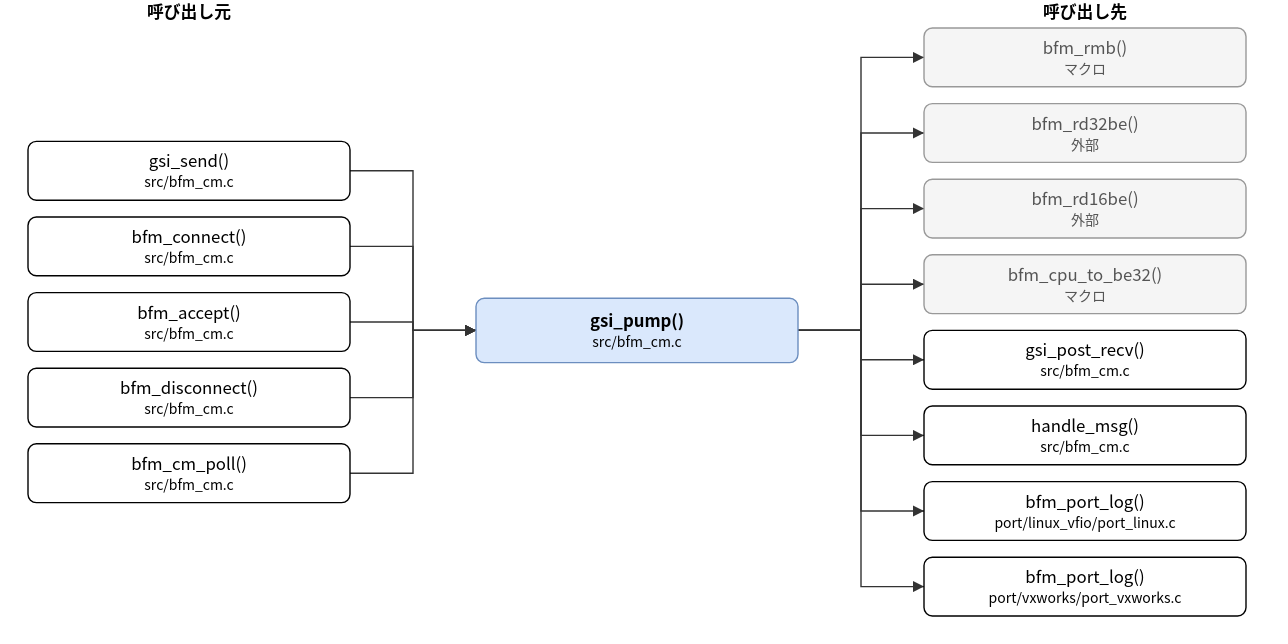
The draw.io diagram doc/spec/images/call_src_bfm_cm-gsi_pump.drawio.svg in hf355051012-ai/bfmem, before a commit. Source tidied: cells renumbered, new cells last; positions are measured from the earlier drawing's top-left corner, leaving out a move shared by most shapes.
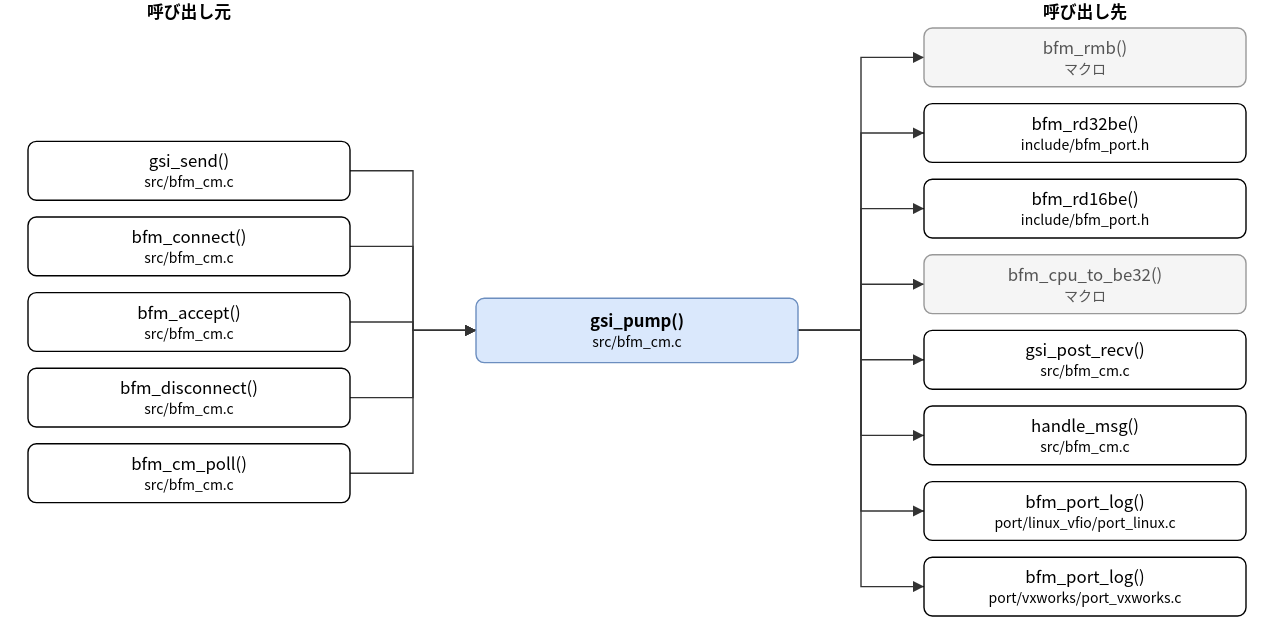
After the change.

The edit, as a diff of the source:
```diff
@@ -23,10 +23,10 @@
     <mxCell id="8" value="bfm_rmb()&lt;br&gt;&lt;font style=&quot;font-size:10px&quot;&gt;マクロ&lt;/font&gt;" style="rounded=1;whiteSpace=wrap;html=1;fillColor=#f5f5f5;strokeColor=#999999;fontColor=#555555;" parent="1" vertex="1">
       <mxGeometry x="640" y="20" width="230" height="42" as="geometry" />
     </mxCell>
-    <mxCell id="9" value="bfm_rd32be()&lt;br&gt;&lt;font style=&quot;font-size:10px&quot;&gt;外部&lt;/font&gt;" style="rounded=1;whiteSpace=wrap;html=1;fillColor=#f5f5f5;strokeColor=#999999;fontColor=#555555;" parent="1" vertex="1">
+    <mxCell id="9" value="bfm_rd32be()&lt;br&gt;&lt;font style=&quot;font-size:10px&quot;&gt;include/bfm_port.h&lt;/font&gt;" style="rounded=1;whiteSpace=wrap;html=1;" parent="1" vertex="1">
       <mxGeometry x="640" y="74" width="230" height="42" as="geometry" />
     </mxCell>
-    <mxCell id="10" value="bfm_rd16be()&lt;br&gt;&lt;font style=&quot;font-size:10px&quot;&gt;外部&lt;/font&gt;" style="rounded=1;whiteSpace=wrap;html=1;fillColor=#f5f5f5;strokeColor=#999999;fontColor=#555555;" parent="1" vertex="1">
+    <mxCell id="10" value="bfm_rd16be()&lt;br&gt;&lt;font style=&quot;font-size:10px&quot;&gt;include/bfm_port.h&lt;/font&gt;" style="rounded=1;whiteSpace=wrap;html=1;" parent="1" vertex="1">
       <mxGeometry x="640" y="128" width="230" height="42" as="geometry" />
     </mxCell>
     <mxCell id="11" value="bfm_cpu_to_be32()&lt;br&gt;&lt;font style=&quot;font-size:10px&quot;&gt;マクロ&lt;/font&gt;" style="rounded=1;whiteSpace=wrap;html=1;fillColor=#f5f5f5;strokeColor=#999999;fontColor=#555555;" parent="1" vertex="1">
```
